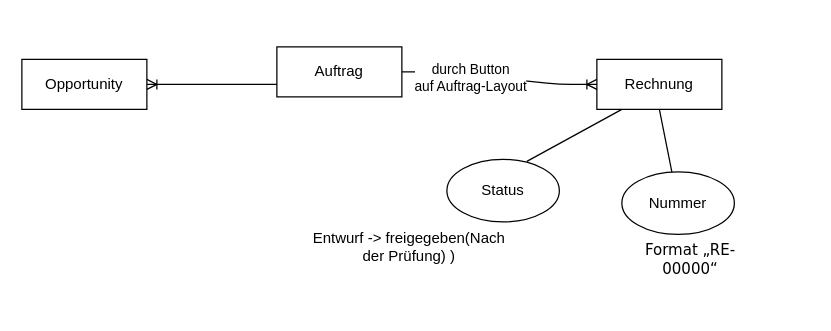
The draw.io diagram Übngsaufgabe SF III.drawio in tuannguyenvn/DrawIO, before the edit. Source tidied: cells renumbered, new cells numbered last; positions are measured from the earlier drawing's top-left corner, leaving out a move shared by most shapes. Both pictures are drawn from the tidied source at 125%, with x=0, y=0 at pixel (21, 46).
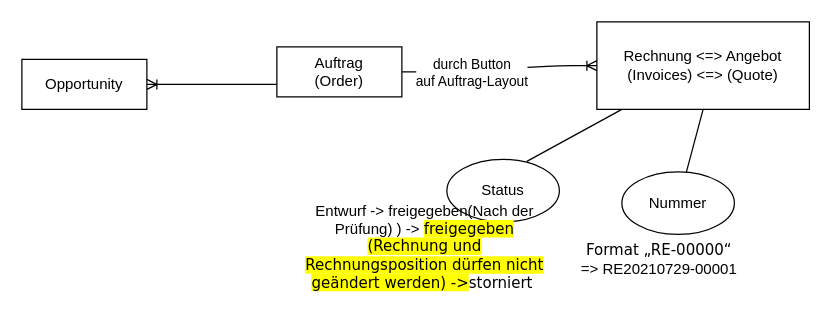
Above is the later version.

What changed in the source:
```diff
@@
 <mxGraphModel>
   <root>
     <mxCell id="0" />
     <mxCell id="1" parent="0" />
     <mxCell id="2" value="Opportunity" style="whiteSpace=wrap;html=1;align=center;" parent="1" vertex="1">
       <mxGeometry y="10" width="100" height="40" as="geometry" />
     </mxCell>
-    <mxCell id="3" value="Auftrag" style="whiteSpace=wrap;html=1;align=center;" parent="1" vertex="1">
+    <mxCell id="3" value="Auftrag&lt;br&gt;(Order)" style="whiteSpace=wrap;html=1;align=center;" parent="1" vertex="1">
       <mxGeometry x="204" width="100" height="40" as="geometry" />
     </mxCell>
     <mxCell id="4" style="edgeStyle=entityRelationEdgeStyle;fontSize=12;html=1;endArrow=ERoneToMany;entryX=1;entryY=0.5;entryDx=0;entryDy=0;exitX=0;exitY=0.75;exitDx=0;exitDy=0;" parent="1" edge="1" source="3" target="2">
       <mxGeometry relative="1" as="geometry" />
     </mxCell>
-    <mxCell id="5" value="Rechnung" style="whiteSpace=wrap;html=1;align=center;" parent="1" vertex="1">
-      <mxGeometry x="460" y="10" width="100" height="40" as="geometry" />
+    <mxCell id="5" value="Rechnung &amp;lt;=&amp;gt; Angebot&lt;br&gt;(Invoices) &amp;lt;=&amp;gt; (Quote)" style="whiteSpace=wrap;html=1;align=center;" parent="1" vertex="1">
+      <mxGeometry x="460" y="-20" width="170" height="70" as="geometry" />
     </mxCell>
     <mxCell id="6" style="edgeStyle=entityRelationEdgeStyle;fontSize=12;html=1;endArrow=ERoneToMany;exitX=1;exitY=0.5;exitDx=0;exitDy=0;entryX=0;entryY=0.5;entryDx=0;entryDy=0;" parent="1" edge="1" source="3" target="5">
       <mxGeometry relative="1" as="geometry" />
     </mxCell>
     <mxCell id="7" value="durch Button&lt;br&gt;auf Auftrag-Layout" style="edgeLabel;html=1;align=center;verticalAlign=middle;" parent="6" vertex="1">
       <mxGeometry x="-0.3" y="-2" relative="1" as="geometry" />
     </mxCell>
     <mxCell id="8" value="Status" style="ellipse;whiteSpace=wrap;html=1;" parent="1" vertex="1">
       <mxGeometry x="340" y="90" width="90" height="50" as="geometry" />
     </mxCell>
     <mxCell id="9" style="endArrow=none;html=1;exitX=0.711;exitY=0.032;exitDx=0;exitDy=0;exitPerimeter=0;" parent="1" edge="1" source="8">
       <mxGeometry relative="1" as="geometry">
         <mxPoint x="480" y="50" as="targetPoint" />
       </mxGeometry>
     </mxCell>
     <mxCell id="10" style="text;html=1;strokeColor=none;fillColor=none;align=center;verticalAlign=middle;whiteSpace=wrap;rounded=0;" parent="1" vertex="1">
       <mxGeometry x="290" y="160" width="40" height="20" as="geometry" />
     </mxCell>
-    <mxCell id="11" value="Entwurf -&amp;gt; freigegeben(Nach der Prüfung) )" style="text;html=1;strokeColor=none;fillColor=none;align=center;verticalAlign=middle;whiteSpace=wrap;rounded=0;" parent="1" vertex="1">
-      <mxGeometry x="225" y="110" width="170" height="100" as="geometry" />
+    <mxCell id="11" value="Entwurf -&amp;gt; freigegeben(Nach der Prüfung) ) -&amp;gt;&amp;nbsp;&lt;span style=&quot;font-size: 9pt ; font-family: &amp;#34;verdana&amp;#34; , sans-serif ; background: yellow&quot;&gt;freigegeben (Rechnung und Rechnungsposition dürfen nicht geändert werden) -&amp;gt;&lt;/span&gt;&lt;span style=&quot;font-size: 9pt ; font-family: &amp;#34;verdana&amp;#34; , sans-serif&quot;&gt;storniert&amp;nbsp;&lt;/span&gt;" style="text;html=1;strokeColor=none;fillColor=none;align=center;verticalAlign=middle;whiteSpace=wrap;rounded=0;" parent="1" vertex="1">
+      <mxGeometry x="225" y="110" width="195" height="100" as="geometry" />
     </mxCell>
     <mxCell id="12" value="Nummer" style="ellipse;whiteSpace=wrap;html=1;" parent="1" vertex="1">
       <mxGeometry x="480" y="100" width="90" height="50" as="geometry" />
     </mxCell>
     <mxCell id="13" style="endArrow=none;html=1;entryX=0.5;entryY=1;entryDx=0;entryDy=0;" parent="1" edge="1" source="12" target="5">
       <mxGeometry relative="1" as="geometry" />
     </mxCell>
-    <mxCell id="14" value="&lt;span style=&quot;font-size: 9pt ; font-family: &amp;#34;verdana&amp;#34; , sans-serif&quot;&gt;Format „RE-00000“&lt;/span&gt;" style="text;html=1;strokeColor=none;fillColor=none;align=center;verticalAlign=middle;whiteSpace=wrap;rounded=0;" parent="1" vertex="1">
-      <mxGeometry x="490" y="160" width="90" height="20" as="geometry" />
+    <mxCell id="14" value="&lt;span style=&quot;font-size: 9pt ; font-family: &amp;#34;verdana&amp;#34; , sans-serif&quot;&gt;Format „RE-00000“&lt;br&gt;&lt;/span&gt;&lt;span&gt;=&amp;gt; RE20210729-00001&lt;/span&gt;&lt;span style=&quot;font-size: 9pt ; font-family: &amp;#34;verdana&amp;#34; , sans-serif&quot;&gt;&lt;br&gt;&lt;/span&gt;" style="text;html=1;strokeColor=none;fillColor=none;align=center;verticalAlign=middle;whiteSpace=wrap;rounded=0;" parent="1" vertex="1">
+      <mxGeometry x="440" y="160" width="140" height="20" as="geometry" />
     </mxCell>
   </root>
 </mxGraphModel>
```
